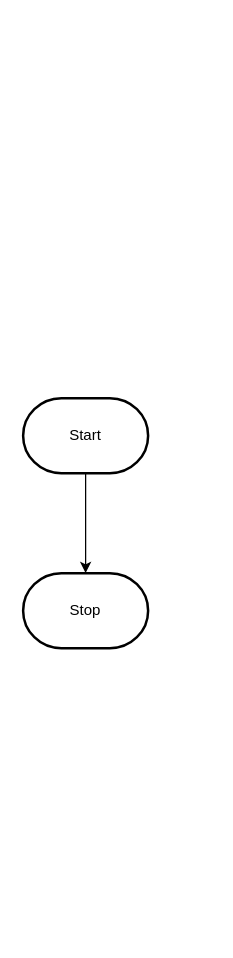
Before: design/flowchart.drawio in MTHS-ICS2O-2-2022/ICS2O-Unit-3-02-Lucas-Osmond, a draw.io diagram. Source tidied: cells renumbered, new cells numbered last; positions are measured from the earlier drawing's top-left corner, leaving out a move shared by most shapes. Both pictures are drawn from the tidied source at 125%, with x=0, y=0 at pixel (22, 398).
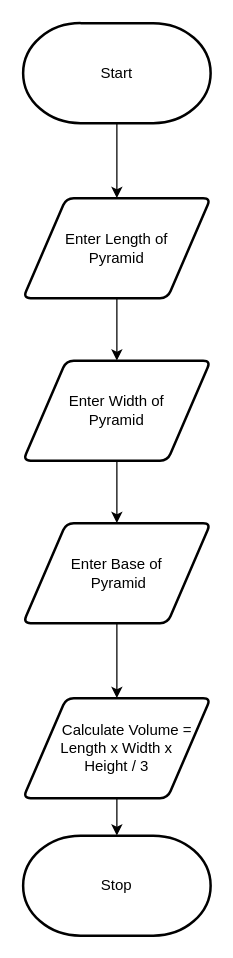
The same page after the edit.

Diff of the diagram source:
```diff
@@
 <mxGraphModel>
   <root>
     <mxCell id="0" />
     <mxCell id="1" parent="0" />
-    <mxCell id="2" style="edgeStyle=orthogonalEdgeStyle;html=1;rounded=0;" parent="1" edge="1" source="3" target="4">
+    <mxCell id="2" style="edgeStyle=orthogonalEdgeStyle;html=1;rounded=0;entryX=0.5;entryY=0;entryDx=0;entryDy=0;" parent="1" edge="1" source="3" target="6">
       <mxGeometry relative="1" as="geometry" />
     </mxCell>
     <mxCell id="3" value="Start" style="strokeWidth=2;html=1;shape=mxgraph.flowchart.terminator;whiteSpace=wrap;" parent="1" vertex="1">
-      <mxGeometry width="100" height="60" as="geometry" />
+      <mxGeometry y="-300" width="150" height="80" as="geometry" />
     </mxCell>
     <mxCell id="4" value="Stop" style="strokeWidth=2;html=1;shape=mxgraph.flowchart.terminator;whiteSpace=wrap;" parent="1" vertex="1">
-      <mxGeometry y="140" width="100" height="60" as="geometry" />
+      <mxGeometry y="350" width="150" height="80" as="geometry" />
     </mxCell>
+    <mxCell id="5" style="edgeStyle=orthogonalEdgeStyle;html=1;exitX=0.5;exitY=1;exitDx=0;exitDy=0;entryX=0.5;entryY=0;entryDx=0;entryDy=0;" parent="1" edge="1" source="6" target="8">
+      <mxGeometry relative="1" as="geometry" />
+    </mxCell>
+    <mxCell id="6" value="Enter Length of &lt;br&gt;Pyramid" style="shape=parallelogram;html=1;strokeWidth=2;perimeter=parallelogramPerimeter;whiteSpace=wrap;rounded=1;arcSize=12;size=0.23;" parent="1" vertex="1">
+      <mxGeometry y="-160" width="150" height="80" as="geometry" />
+    </mxCell>
+    <mxCell id="7" style="edgeStyle=orthogonalEdgeStyle;html=1;exitX=0.5;exitY=1;exitDx=0;exitDy=0;entryX=0.5;entryY=0;entryDx=0;entryDy=0;" parent="1" edge="1" source="8" target="10">
+      <mxGeometry relative="1" as="geometry" />
+    </mxCell>
+    <mxCell id="8" value="Enter Width of &lt;br&gt;Pyramid" style="shape=parallelogram;html=1;strokeWidth=2;perimeter=parallelogramPerimeter;whiteSpace=wrap;rounded=1;arcSize=12;size=0.23;" parent="1" vertex="1">
+      <mxGeometry y="-30" width="150" height="80" as="geometry" />
+    </mxCell>
+    <mxCell id="9" style="edgeStyle=orthogonalEdgeStyle;html=1;exitX=0.5;exitY=1;exitDx=0;exitDy=0;entryX=0.5;entryY=0;entryDx=0;entryDy=0;" parent="1" edge="1" source="10" target="12">
+      <mxGeometry relative="1" as="geometry" />
+    </mxCell>
+    <mxCell id="10" value="Enter Base of&lt;br&gt;&amp;nbsp;Pyramid" style="shape=parallelogram;html=1;strokeWidth=2;perimeter=parallelogramPerimeter;whiteSpace=wrap;rounded=1;arcSize=12;size=0.23;" parent="1" vertex="1">
+      <mxGeometry y="100" width="150" height="80" as="geometry" />
+    </mxCell>
+    <mxCell id="11" style="edgeStyle=orthogonalEdgeStyle;html=1;entryX=0.5;entryY=0;entryDx=0;entryDy=0;entryPerimeter=0;" parent="1" edge="1" source="12" target="4">
+      <mxGeometry relative="1" as="geometry" />
+    </mxCell>
+    <mxCell id="12" value="&amp;nbsp; &amp;nbsp; &amp;nbsp;Calculate Volume = &lt;br&gt;Length x Width x &lt;br&gt;Height / 3" style="shape=parallelogram;html=1;strokeWidth=2;perimeter=parallelogramPerimeter;whiteSpace=wrap;rounded=1;arcSize=12;size=0.23;" parent="1" vertex="1">
+      <mxGeometry y="240" width="150" height="80" as="geometry" />
+    </mxCell>
   </root>
 </mxGraphModel>
```
